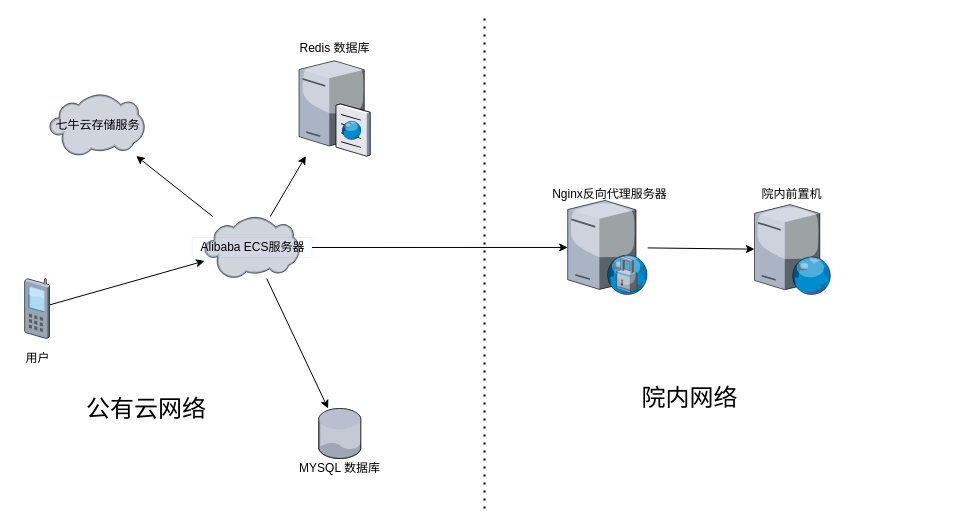
The draw.io diagram Untitled Diagram.drawio in visionir/ocr, before the edit. Source tidied: cells renumbered, new cells numbered last; positions are measured from the earlier drawing's top-left corner, leaving out a move shared by most shapes. Both pictures are drawn from the tidied source at 100%, with x=0, y=0 at pixel (16, 18).
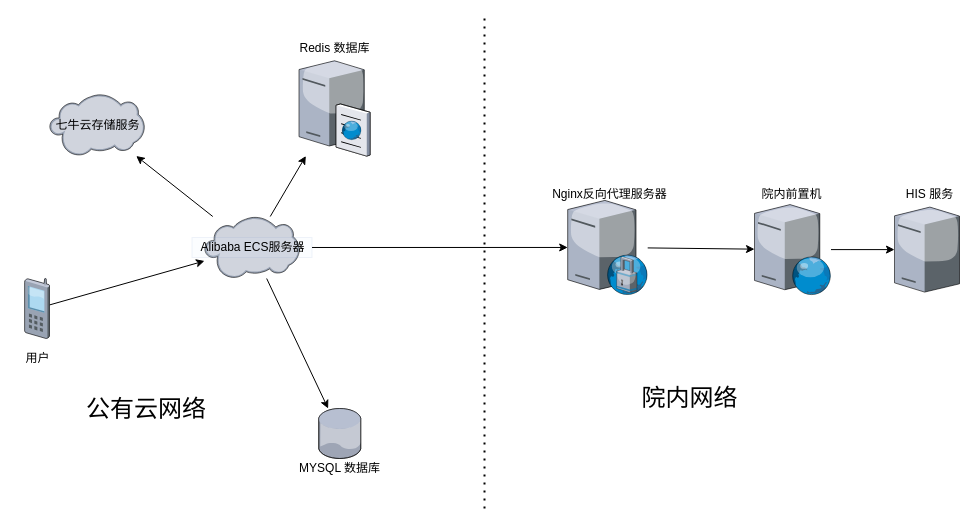
Above is the later version.

The change refers to these unchanged cells:
```xml
<mxCell id="14" style="verticalLabelPosition=bottom;html=1;verticalAlign=top;strokeColor=none;align=center;outlineConnect=0;shape=mxgraph.citrix.web_server;" parent="1" vertex="1">
  <mxGeometry x="738" y="186.1" width="76.5" height="90" as="geometry" />
</mxCell>
```

Change to the diagram source:
```diff
@@
+    <mxCell id="27" style="edgeStyle=none;rounded=0;jettySize=auto;html=1;" parent="1" edge="1" source="14" target="28">
+      <mxGeometry relative="1" as="geometry" />
+    </mxCell>
@@
+    <mxCell id="28" style="verticalLabelPosition=bottom;html=1;verticalAlign=top;strokeColor=none;align=center;outlineConnect=0;shape=mxgraph.citrix.license_server;" parent="1" vertex="1">
+      <mxGeometry x="878" y="188.6" width="65" height="85" as="geometry" />
+    </mxCell>
+    <mxCell id="29" value="HIS 服务" style="text;html=1;align=center;verticalAlign=middle;strokeColor=none;" parent="1" vertex="1">
+      <mxGeometry x="883" y="166.1" width="60" height="20" as="geometry" />
+    </mxCell>
```
